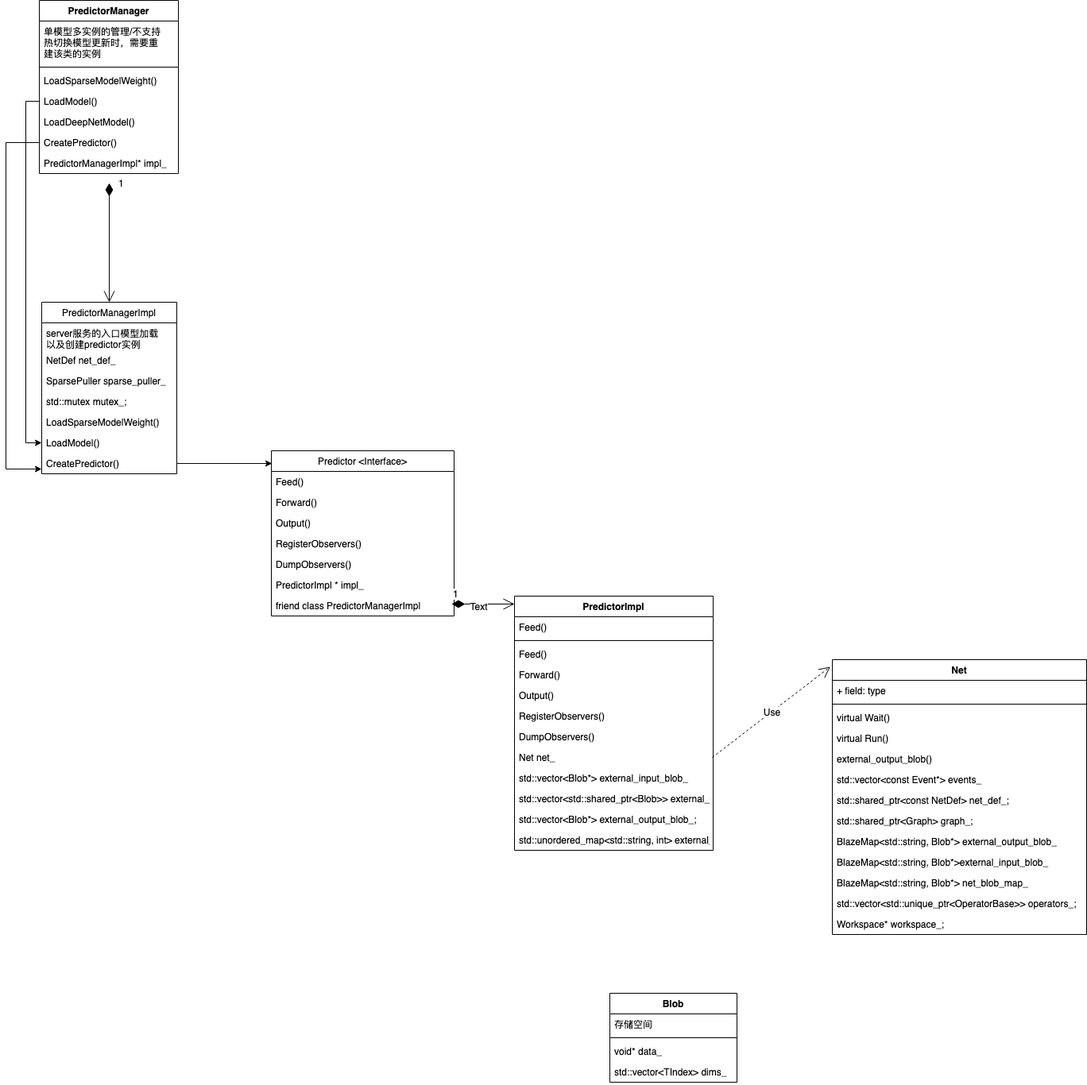
Earlier version of the draw.io export Blaze Diagram.png (theflyfish/my_draw). Source tidied: cells renumbered, new cells last; positions are measured from the earlier drawing's top-left corner, leaving out a move shared by most shapes.
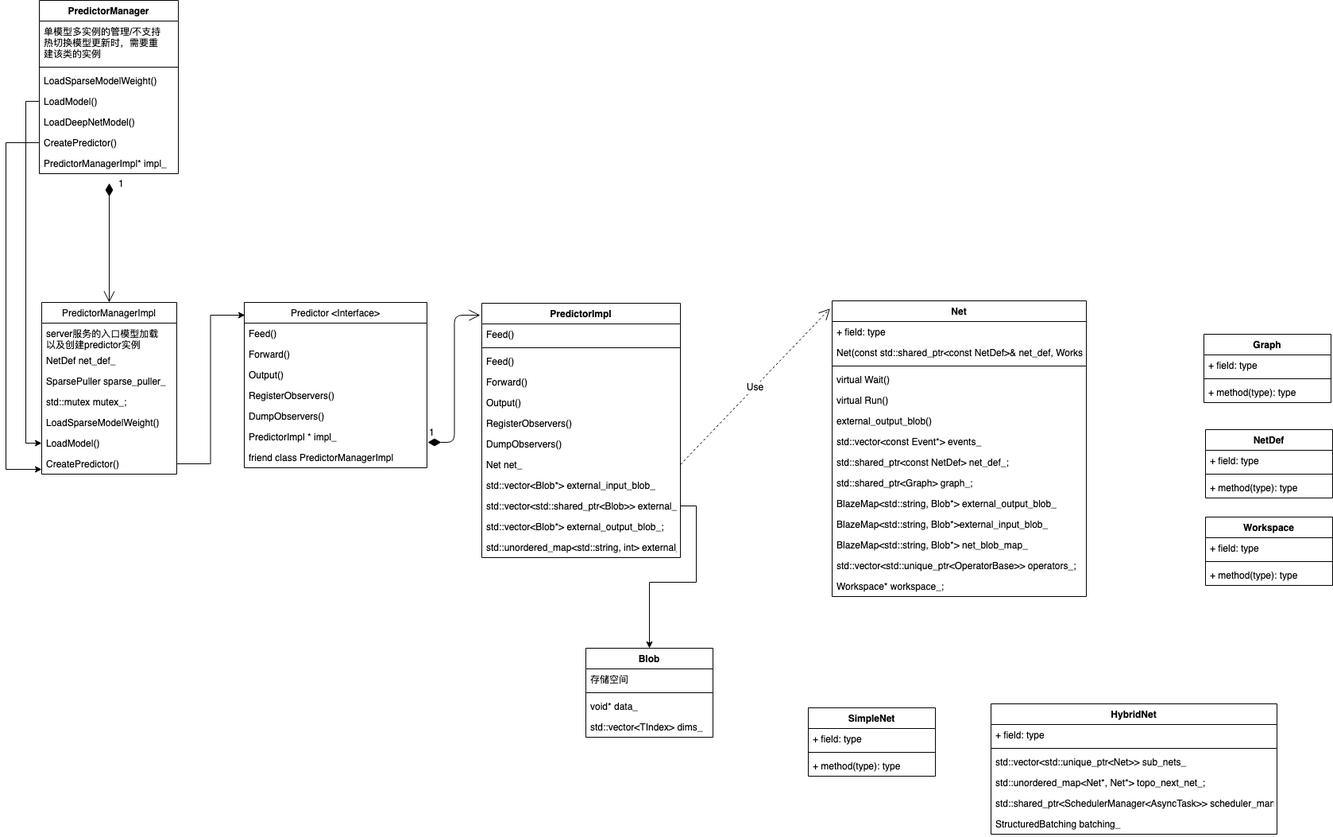
Later version of the same file.

What changed in the source:
```diff
@@ -27,7 +27,7 @@
       <mxGeometry y="190" width="170" height="26" as="geometry" />
     </mxCell>
     <mxCell id="10" value="Predictor &lt;Interface&gt;" style="swimlane;fontStyle=0;horizontal=1;startSize=26;fillColor=none;" parent="1" vertex="1">
-      <mxGeometry x="334" y="567" width="230" height="208" as="geometry" />
+      <mxGeometry x="300" y="380" width="230" height="208" as="geometry" />
     </mxCell>
     <mxCell id="11" value="Feed()" style="text;strokeColor=none;fillColor=none;align=left;verticalAlign=top;spacingLeft=4;spacingRight=4;overflow=hidden;" parent="10" vertex="1">
       <mxGeometry y="26" width="230" height="26" as="geometry" />
@@ -94,7 +94,7 @@
       </mxGeometry>
     </mxCell>
     <mxCell id="29" value="PredictorImpl" style="swimlane;fontStyle=1;align=center;verticalAlign=top;horizontal=1;startSize=26;" parent="1" vertex="1">
-      <mxGeometry x="640" y="750" width="250" height="320" as="geometry" />
+      <mxGeometry x="599" y="381" width="250" height="320" as="geometry" />
     </mxCell>
     <mxCell id="30" value="Feed()" style="text;strokeColor=none;fillColor=none;align=left;verticalAlign=top;spacingLeft=4;spacingRight=4;overflow=hidden;" parent="29" vertex="1">
       <mxGeometry y="26" width="250" height="26" as="geometry" />
@@ -137,17 +137,8 @@
         <mxPoint x="130" y="230" as="sourcePoint" />
       </mxGeometry>
     </mxCell>
-    <mxCell id="43" value="1" style="endArrow=open;html=1;endSize=12;startArrow=diamondThin;startSize=14;startFill=1;edgeStyle=orthogonalEdgeStyle;align=left;verticalAlign=bottom;" parent="1" edge="1">
-      <mxGeometry x="-1" y="3" relative="1" as="geometry">
-        <mxPoint x="561" y="760" as="sourcePoint" />
-        <mxPoint x="640" y="760" as="targetPoint" />
-      </mxGeometry>
-    </mxCell>
-    <mxCell id="44" value="Text" style="edgeLabel;html=1;align=center;verticalAlign=middle;" parent="43" vertex="1">
-      <mxGeometry x="-0.16" y="-2" relative="1" as="geometry" />
-    </mxCell>
     <mxCell id="45" value="Blob" style="swimlane;fontStyle=1;align=center;verticalAlign=top;horizontal=1;startSize=26;" parent="1" vertex="1">
-      <mxGeometry x="760" y="1250" width="160" height="112" as="geometry" />
+      <mxGeometry x="730" y="815" width="160" height="112" as="geometry" />
     </mxCell>
     <mxCell id="46" value="存储空间" style="text;strokeColor=none;fillColor=none;align=left;verticalAlign=top;spacingLeft=4;spacingRight=4;overflow=hidden;" parent="45" vertex="1">
       <mxGeometry y="26" width="160" height="26" as="geometry" />
@@ -162,51 +153,127 @@
       <mxGeometry y="86" width="160" height="26" as="geometry" />
     </mxCell>
     <mxCell id="50" value="Net" style="swimlane;fontStyle=1;align=center;verticalAlign=top;horizontal=1;startSize=26;" parent="1" vertex="1">
-      <mxGeometry x="1040" y="830" width="320" height="346" as="geometry" />
+      <mxGeometry x="1040" y="378" width="320" height="372" as="geometry" />
     </mxCell>
     <mxCell id="51" value="+ field: type" style="text;strokeColor=none;fillColor=none;align=left;verticalAlign=top;spacingLeft=4;spacingRight=4;overflow=hidden;" parent="50" vertex="1">
       <mxGeometry y="26" width="320" height="26" as="geometry" />
     </mxCell>
+    <mxCell id="65" value="Net(const std::shared_ptr&lt;const NetDef&gt;&amp; net_def, Workspace* ws)" style="text;strokeColor=none;fillColor=none;align=left;verticalAlign=top;spacingLeft=4;spacingRight=4;overflow=hidden;" parent="50" vertex="1">
+      <mxGeometry y="52" width="320" height="26" as="geometry" />
+    </mxCell>
     <mxCell id="52" style="line;strokeWidth=1;fillColor=none;align=left;verticalAlign=middle;spacingTop=-1;spacingLeft=3;spacingRight=3;labelPosition=right;" parent="50" vertex="1">
-      <mxGeometry y="52" width="320" height="8" as="geometry" />
+      <mxGeometry y="78" width="320" height="8" as="geometry" />
     </mxCell>
     <mxCell id="53" value="virtual Wait()" style="text;strokeColor=none;fillColor=none;align=left;verticalAlign=top;spacingLeft=4;spacingRight=4;overflow=hidden;" parent="50" vertex="1">
-      <mxGeometry y="60" width="320" height="26" as="geometry" />
+      <mxGeometry y="86" width="320" height="26" as="geometry" />
     </mxCell>
     <mxCell id="54" value="virtual Run()" style="text;strokeColor=none;fillColor=none;align=left;verticalAlign=top;spacingLeft=4;spacingRight=4;overflow=hidden;" parent="50" vertex="1">
-      <mxGeometry y="86" width="320" height="26" as="geometry" />
+      <mxGeometry y="112" width="320" height="26" as="geometry" />
     </mxCell>
     <mxCell id="55" value="external_output_blob()" style="text;strokeColor=none;fillColor=none;align=left;verticalAlign=top;spacingLeft=4;spacingRight=4;overflow=hidden;" parent="50" vertex="1">
-      <mxGeometry y="112" width="320" height="26" as="geometry" />
+      <mxGeometry y="138" width="320" height="26" as="geometry" />
     </mxCell>
     <mxCell id="56" value="std::vector&lt;const Event*&gt; events_" style="text;strokeColor=none;fillColor=none;align=left;verticalAlign=top;spacingLeft=4;spacingRight=4;overflow=hidden;" parent="50" vertex="1">
-      <mxGeometry y="138" width="320" height="26" as="geometry" />
+      <mxGeometry y="164" width="320" height="26" as="geometry" />
     </mxCell>
     <mxCell id="57" value="std::shared_ptr&lt;const NetDef&gt; net_def_;" style="text;strokeColor=none;fillColor=none;align=left;verticalAlign=top;spacingLeft=4;spacingRight=4;overflow=hidden;" parent="50" vertex="1">
-      <mxGeometry y="164" width="320" height="26" as="geometry" />
+      <mxGeometry y="190" width="320" height="26" as="geometry" />
     </mxCell>
     <mxCell id="58" value="std::shared_ptr&lt;Graph&gt; graph_;" style="text;strokeColor=none;fillColor=none;align=left;verticalAlign=top;spacingLeft=4;spacingRight=4;overflow=hidden;" parent="50" vertex="1">
-      <mxGeometry y="190" width="320" height="26" as="geometry" />
+      <mxGeometry y="216" width="320" height="26" as="geometry" />
     </mxCell>
     <mxCell id="59" value="BlazeMap&lt;std::string, Blob*&gt; external_output_blob_" style="text;strokeColor=none;fillColor=none;align=left;verticalAlign=top;spacingLeft=4;spacingRight=4;overflow=hidden;" parent="50" vertex="1">
-      <mxGeometry y="216" width="320" height="26" as="geometry" />
+      <mxGeometry y="242" width="320" height="26" as="geometry" />
     </mxCell>
     <mxCell id="60" value="BlazeMap&lt;std::string, Blob*&gt;external_input_blob_" style="text;strokeColor=none;fillColor=none;align=left;verticalAlign=top;spacingLeft=4;spacingRight=4;overflow=hidden;" parent="50" vertex="1">
-      <mxGeometry y="242" width="320" height="26" as="geometry" />
+      <mxGeometry y="268" width="320" height="26" as="geometry" />
     </mxCell>
     <mxCell id="61" value="BlazeMap&lt;std::string, Blob*&gt; net_blob_map_" style="text;strokeColor=none;fillColor=none;align=left;verticalAlign=top;spacingLeft=4;spacingRight=4;overflow=hidden;" parent="50" vertex="1">
-      <mxGeometry y="268" width="320" height="26" as="geometry" />
+      <mxGeometry y="294" width="320" height="26" as="geometry" />
     </mxCell>
     <mxCell id="62" value="std::vector&lt;std::unique_ptr&lt;OperatorBase&gt;&gt; operators_;" style="text;strokeColor=none;fillColor=none;align=left;verticalAlign=top;spacingLeft=4;spacingRight=4;overflow=hidden;" parent="50" vertex="1">
-      <mxGeometry y="294" width="320" height="26" as="geometry" />
+      <mxGeometry y="320" width="320" height="26" as="geometry" />
     </mxCell>
     <mxCell id="63" value="Workspace* workspace_;" style="text;strokeColor=none;fillColor=none;align=left;verticalAlign=top;spacingLeft=4;spacingRight=4;overflow=hidden;" parent="50" vertex="1">
-      <mxGeometry y="320" width="320" height="26" as="geometry" />
+      <mxGeometry y="346" width="320" height="26" as="geometry" />
     </mxCell>
-    <mxCell id="64" value="Use" style="endArrow=open;endSize=12;dashed=1;html=1;entryX=-0.008;entryY=0.026;entryDx=0;entryDy=0;entryPerimeter=0;" parent="1" edge="1" target="50">
-      <mxGeometry relative="1" as="geometry">
-        <mxPoint x="889" y="953" as="sourcePoint" />
-      </mxGeometry>
+    <mxCell id="64" value="Use" style="endArrow=open;endSize=12;dashed=1;html=1;entryX=-0.008;entryY=0.026;entryDx=0;entryDy=0;entryPerimeter=0;exitX=1;exitY=0.5;exitDx=0;exitDy=0;" parent="1" edge="1" source="37" target="50">
+      <mxGeometry relative="1" as="geometry" />
     </mxCell>
+    <mxCell id="66" style="edgeStyle=orthogonalEdgeStyle;rounded=0;jettySize=auto;html=1;" parent="1" edge="1" source="39" target="45">
+      <mxGeometry relative="1" as="geometry" />
+    </mxCell>
+    <mxCell id="67" value="Graph" style="swimlane;fontStyle=1;align=center;verticalAlign=top;horizontal=1;startSize=26;shadow=0;" parent="1" vertex="1">
+      <mxGeometry x="1508" y="420" width="160" height="86" as="geometry" />
+    </mxCell>
+    <mxCell id="68" value="+ field: type" style="text;strokeColor=none;fillColor=none;align=left;verticalAlign=top;spacingLeft=4;spacingRight=4;overflow=hidden;" parent="67" vertex="1">
+      <mxGeometry y="26" width="160" height="26" as="geometry" />
+    </mxCell>
+    <mxCell id="69" style="line;strokeWidth=1;fillColor=none;align=left;verticalAlign=middle;spacingTop=-1;spacingLeft=3;spacingRight=3;labelPosition=right;" parent="67" vertex="1">
+      <mxGeometry y="52" width="160" height="8" as="geometry" />
+    </mxCell>
+    <mxCell id="70" value="+ method(type): type" style="text;strokeColor=none;fillColor=none;align=left;verticalAlign=top;spacingLeft=4;spacingRight=4;overflow=hidden;" parent="67" vertex="1">
+      <mxGeometry y="60" width="160" height="26" as="geometry" />
+    </mxCell>
+    <mxCell id="71" value="Workspace" style="swimlane;fontStyle=1;align=center;verticalAlign=top;horizontal=1;startSize=26;shadow=0;" parent="1" vertex="1">
+      <mxGeometry x="1510" y="650" width="160" height="86" as="geometry" />
+    </mxCell>
+    <mxCell id="72" value="+ field: type" style="text;strokeColor=none;fillColor=none;align=left;verticalAlign=top;spacingLeft=4;spacingRight=4;overflow=hidden;" parent="71" vertex="1">
+      <mxGeometry y="26" width="160" height="26" as="geometry" />
+    </mxCell>
+    <mxCell id="73" style="line;strokeWidth=1;fillColor=none;align=left;verticalAlign=middle;spacingTop=-1;spacingLeft=3;spacingRight=3;labelPosition=right;" parent="71" vertex="1">
+      <mxGeometry y="52" width="160" height="8" as="geometry" />
+    </mxCell>
+    <mxCell id="74" value="+ method(type): type" style="text;strokeColor=none;fillColor=none;align=left;verticalAlign=top;spacingLeft=4;spacingRight=4;overflow=hidden;" parent="71" vertex="1">
+      <mxGeometry y="60" width="160" height="26" as="geometry" />
+    </mxCell>
+    <mxCell id="75" value="NetDef" style="swimlane;fontStyle=1;align=center;verticalAlign=top;horizontal=1;startSize=26;shadow=0;" parent="1" vertex="1">
+      <mxGeometry x="1510" y="540" width="160" height="86" as="geometry" />
+    </mxCell>
+    <mxCell id="76" value="+ field: type" style="text;strokeColor=none;fillColor=none;align=left;verticalAlign=top;spacingLeft=4;spacingRight=4;overflow=hidden;" parent="75" vertex="1">
+      <mxGeometry y="26" width="160" height="26" as="geometry" />
+    </mxCell>
+    <mxCell id="77" style="line;strokeWidth=1;fillColor=none;align=left;verticalAlign=middle;spacingTop=-1;spacingLeft=3;spacingRight=3;labelPosition=right;" parent="75" vertex="1">
+      <mxGeometry y="52" width="160" height="8" as="geometry" />
+    </mxCell>
+    <mxCell id="78" value="+ method(type): type" style="text;strokeColor=none;fillColor=none;align=left;verticalAlign=top;spacingLeft=4;spacingRight=4;overflow=hidden;" parent="75" vertex="1">
+      <mxGeometry y="60" width="160" height="26" as="geometry" />
+    </mxCell>
+    <mxCell id="43" value="1" style="endArrow=open;html=1;endSize=12;startArrow=diamondThin;startSize=14;startFill=1;edgeStyle=orthogonalEdgeStyle;align=left;verticalAlign=bottom;exitX=1.004;exitY=0.769;exitDx=0;exitDy=0;exitPerimeter=0;entryX=-0.008;entryY=0.047;entryDx=0;entryDy=0;entryPerimeter=0;" parent="1" edge="1" source="16" target="29">
+      <mxGeometry x="-1" y="3" relative="1" as="geometry" />
+    </mxCell>
+    <mxCell id="79" value="HybridNet" style="swimlane;fontStyle=1;align=center;verticalAlign=top;horizontal=1;startSize=26;shadow=0;" parent="1" vertex="1">
+      <mxGeometry x="1240" y="885" width="360" height="164" as="geometry" />
+    </mxCell>
+    <mxCell id="80" value="+ field: type" style="text;strokeColor=none;fillColor=none;align=left;verticalAlign=top;spacingLeft=4;spacingRight=4;overflow=hidden;" parent="79" vertex="1">
+      <mxGeometry y="26" width="360" height="26" as="geometry" />
+    </mxCell>
+    <mxCell id="81" style="line;strokeWidth=1;fillColor=none;align=left;verticalAlign=middle;spacingTop=-1;spacingLeft=3;spacingRight=3;labelPosition=right;" parent="79" vertex="1">
+      <mxGeometry y="52" width="360" height="8" as="geometry" />
+    </mxCell>
+    <mxCell id="82" value="std::vector&lt;std::unique_ptr&lt;Net&gt;&gt; sub_nets_" style="text;strokeColor=none;fillColor=none;align=left;verticalAlign=top;spacingLeft=4;spacingRight=4;overflow=hidden;" parent="79" vertex="1">
+      <mxGeometry y="60" width="360" height="26" as="geometry" />
+    </mxCell>
+    <mxCell id="83" value="  std::unordered_map&lt;Net*, Net*&gt; topo_next_net_;&#10;" style="text;strokeColor=none;fillColor=none;align=left;verticalAlign=top;spacingLeft=4;spacingRight=4;overflow=hidden;" parent="79" vertex="1">
+      <mxGeometry y="86" width="360" height="26" as="geometry" />
+    </mxCell>
+    <mxCell id="84" value="  std::shared_ptr&lt;SchedulerManager&lt;AsyncTask&gt;&gt; scheduler_manager_; &#10;" style="text;strokeColor=none;fillColor=none;align=left;verticalAlign=top;spacingLeft=4;spacingRight=4;overflow=hidden;" parent="79" vertex="1">
+      <mxGeometry y="112" width="360" height="26" as="geometry" />
+    </mxCell>
+    <mxCell id="85" value="StructuredBatching batching_" style="text;strokeColor=none;fillColor=none;align=left;verticalAlign=top;spacingLeft=4;spacingRight=4;overflow=hidden;" parent="79" vertex="1">
+      <mxGeometry y="138" width="360" height="26" as="geometry" />
+    </mxCell>
+    <mxCell id="86" value="SimpleNet" style="swimlane;fontStyle=1;align=center;verticalAlign=top;horizontal=1;startSize=26;shadow=0;" parent="1" vertex="1">
+      <mxGeometry x="1010" y="890" width="160" height="86" as="geometry" />
+    </mxCell>
+    <mxCell id="87" value="+ field: type" style="text;strokeColor=none;fillColor=none;align=left;verticalAlign=top;spacingLeft=4;spacingRight=4;overflow=hidden;" parent="86" vertex="1">
+      <mxGeometry y="26" width="160" height="26" as="geometry" />
+    </mxCell>
+    <mxCell id="88" style="line;strokeWidth=1;fillColor=none;align=left;verticalAlign=middle;spacingTop=-1;spacingLeft=3;spacingRight=3;labelPosition=right;" parent="86" vertex="1">
+      <mxGeometry y="52" width="160" height="8" as="geometry" />
+    </mxCell>
+    <mxCell id="89" value="+ method(type): type" style="text;strokeColor=none;fillColor=none;align=left;verticalAlign=top;spacingLeft=4;spacingRight=4;overflow=hidden;" parent="86" vertex="1">
+      <mxGeometry y="60" width="160" height="26" as="geometry" />
+    </mxCell>
   </root>
 </mxGraphModel>
```
